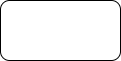
Above: System_Design.drawio.png in VedantPatil1/Poultry-Management (draw.io), before the change. Source tidied: cells renumbered, new cells last; positions are measured from the earlier drawing's top-left corner, leaving out a move shared by most shapes.
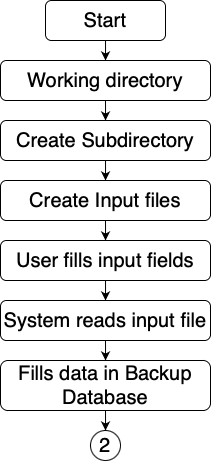
The same diagram one commit later.

Change to the diagram source:
```diff
@@ -2,8 +2,50 @@
   <root>
     <mxCell id="0" />
     <mxCell id="1" parent="0" />
+    <mxCell id="3" style="edgeStyle=orthogonalEdgeStyle;rounded=0;jettySize=auto;html=1;fontSize=20;" parent="1" edge="1" source="2" target="5">
+      <mxGeometry relative="1" as="geometry" />
+    </mxCell>
-    <mxCell id="2" style="rounded=1;whiteSpace=wrap;html=1;" parent="1" vertex="1">
-      <mxGeometry width="120" height="60" as="geometry" />
+    <mxCell id="2" value="&lt;font style=&quot;font-size: 20px;&quot;&gt;Start&lt;/font&gt;" style="rounded=1;whiteSpace=wrap;html=1;fontSize=20;" parent="1" vertex="1">
+      <mxGeometry width="120" height="40" as="geometry" />
     </mxCell>
+    <mxCell id="4" style="edgeStyle=orthogonalEdgeStyle;rounded=0;jettySize=auto;html=1;fontSize=20;" parent="1" edge="1" source="5" target="7">
+      <mxGeometry relative="1" as="geometry" />
+    </mxCell>
+    <mxCell id="5" value="&lt;font style=&quot;font-size: 20px;&quot;&gt;Working directory&lt;/font&gt;" style="whiteSpace=wrap;html=1;rounded=1;fontSize=20;" parent="1" vertex="1">
+      <mxGeometry x="-45" y="60" width="210" height="40" as="geometry" />
+    </mxCell>
+    <mxCell id="6" style="edgeStyle=orthogonalEdgeStyle;rounded=0;jettySize=auto;html=1;fontSize=20;" parent="1" edge="1" source="7" target="9">
+      <mxGeometry relative="1" as="geometry" />
+    </mxCell>
+    <mxCell id="7" value="&lt;font style=&quot;font-size: 20px;&quot;&gt;Create Subdirectory&lt;/font&gt;" style="whiteSpace=wrap;html=1;rounded=1;fontSize=20;" parent="1" vertex="1">
+      <mxGeometry x="-45" y="120" width="210" height="40" as="geometry" />
+    </mxCell>
+    <mxCell id="8" style="edgeStyle=orthogonalEdgeStyle;rounded=0;jettySize=auto;html=1;fontSize=20;" parent="1" edge="1" source="9" target="11">
+      <mxGeometry relative="1" as="geometry" />
+    </mxCell>
+    <mxCell id="9" value="&lt;font style=&quot;font-size: 20px;&quot;&gt;Create Input files&lt;/font&gt;" style="whiteSpace=wrap;html=1;rounded=1;fontSize=20;" parent="1" vertex="1">
+      <mxGeometry x="-45" y="180" width="210" height="40" as="geometry" />
+    </mxCell>
+    <mxCell id="10" style="edgeStyle=orthogonalEdgeStyle;rounded=0;jettySize=auto;html=1;fontSize=20;" parent="1" edge="1" source="11" target="13">
+      <mxGeometry relative="1" as="geometry" />
+    </mxCell>
+    <mxCell id="11" value="&lt;font style=&quot;font-size: 20px;&quot;&gt;User fills input fields&lt;/font&gt;" style="whiteSpace=wrap;html=1;rounded=1;fontSize=20;" parent="1" vertex="1">
+      <mxGeometry x="-45" y="240" width="210" height="40" as="geometry" />
+    </mxCell>
+    <mxCell id="12" style="edgeStyle=orthogonalEdgeStyle;rounded=0;jettySize=auto;html=1;fontSize=20;" parent="1" edge="1" source="13" target="15">
+      <mxGeometry relative="1" as="geometry" />
+    </mxCell>
+    <mxCell id="13" value="&lt;font style=&quot;font-size: 20px;&quot;&gt;System reads input&amp;nbsp;file&lt;/font&gt;" style="whiteSpace=wrap;html=1;rounded=1;fontSize=20;" parent="1" vertex="1">
+      <mxGeometry x="-45" y="300" width="210" height="40" as="geometry" />
+    </mxCell>
+    <mxCell id="14" style="edgeStyle=orthogonalEdgeStyle;rounded=0;jettySize=auto;html=1;fontSize=20;entryX=0.5;entryY=0;entryDx=0;entryDy=0;" parent="1" edge="1" source="15" target="16">
+      <mxGeometry relative="1" as="geometry" />
+    </mxCell>
+    <mxCell id="15" value="&lt;font style=&quot;font-size: 20px;&quot;&gt;Fills data in Backup Database&lt;/font&gt;" style="whiteSpace=wrap;html=1;rounded=1;fontSize=20;" parent="1" vertex="1">
+      <mxGeometry x="-45" y="360" width="210" height="50" as="geometry" />
+    </mxCell>
+    <mxCell id="16" value="2" style="ellipse;whiteSpace=wrap;html=1;fontSize=20;" parent="1" vertex="1">
+      <mxGeometry x="45" y="430" width="30" height="30" as="geometry" />
+    </mxCell>
   </root>
 </mxGraphModel>
```
